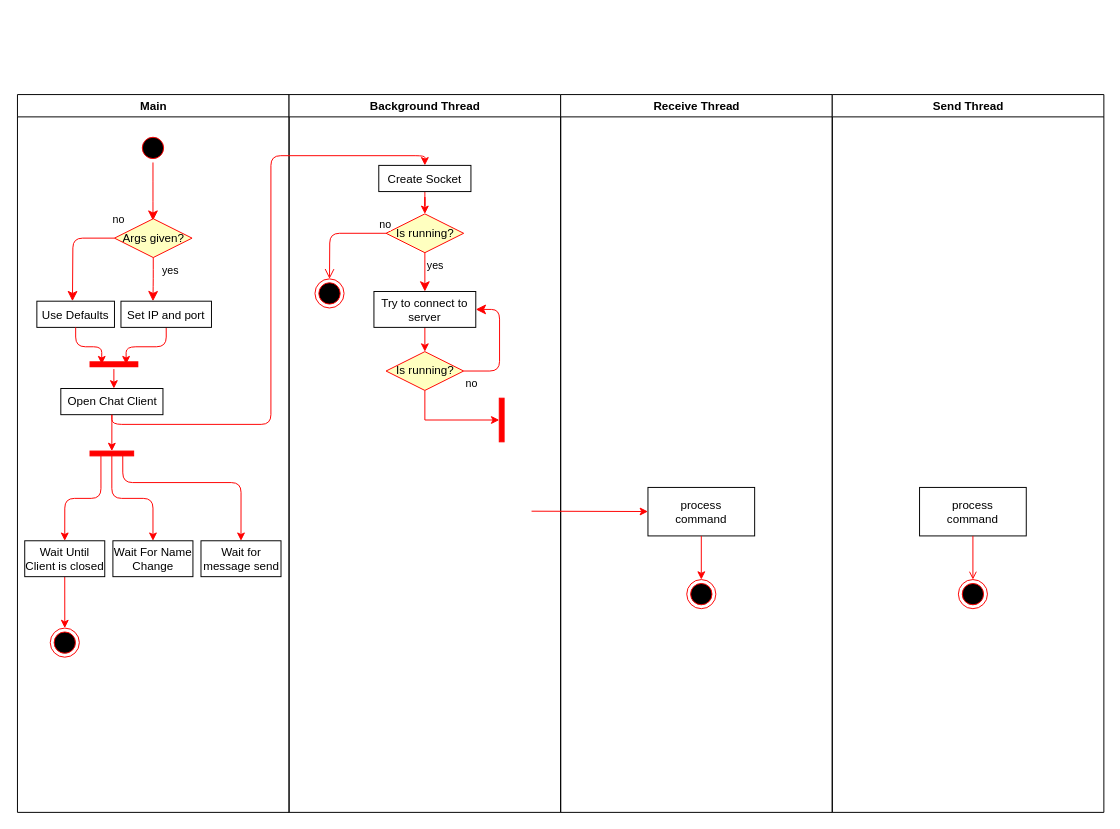
L-ux/Python-Socket-Server-Stuff keeps this draw.io diagram as Chat Client Boy/Chat Client.drawio. Above is the earlier version. Source tidied: cells renumbered, new cells numbered last; positions are measured from the earlier drawing's top-left corner, leaving out a move shared by most shapes. Both pictures are drawn from the tidied source at 97%, with x=0, y=0 at pixel (16, 94).
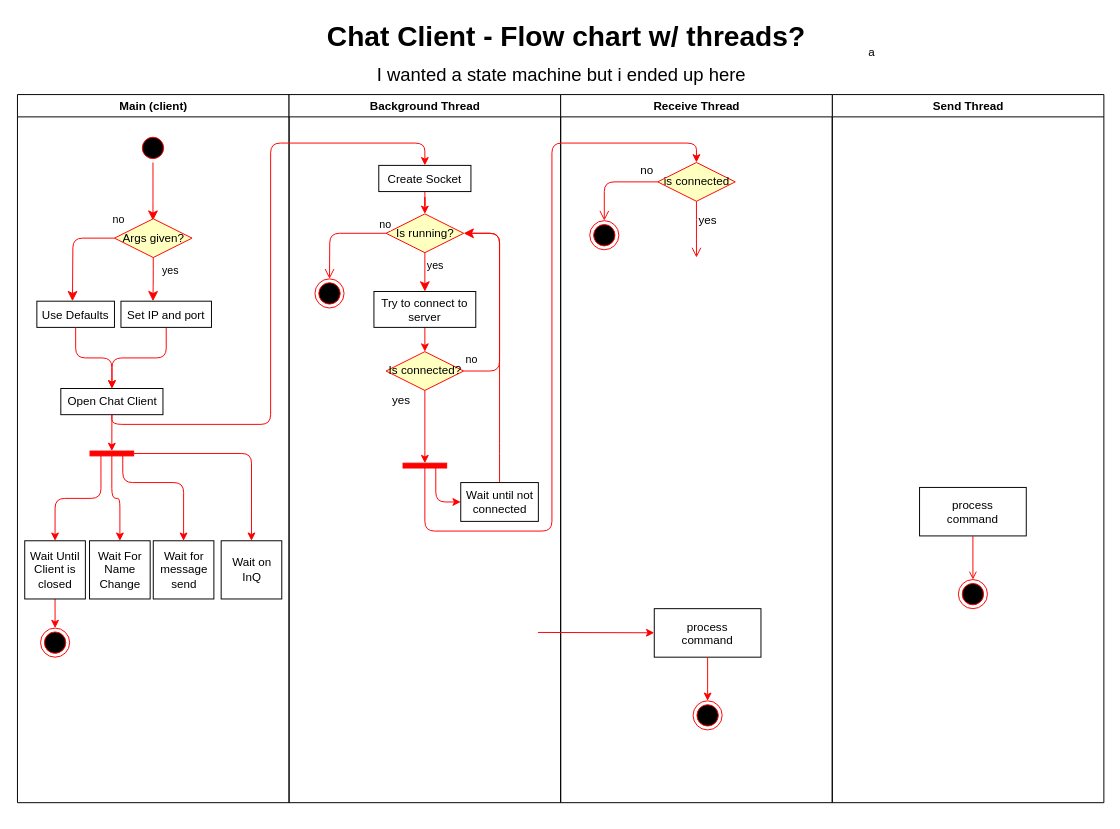
The same diagram, later.

Commit message:
Put it in wrong place

Unchanged cells that the change refers to:
```xml
<mxCell id="8" value="Use Defaults" parent="2" vertex="1">
  <mxGeometry x="20" y="213" width="80" height="27" as="geometry" />
</mxCell>
<mxCell id="10" value="Set IP and port" parent="2" vertex="1">
  <mxGeometry x="106.7" y="213" width="93.3" height="27" as="geometry" />
</mxCell>
<mxCell id="15" value="Open Chat Client" style="html=1;" parent="2" vertex="1">
  <mxGeometry x="44.7" y="303" width="105.3" height="27" as="geometry" />
</mxCell>
<mxCell id="20" style="whiteSpace=wrap;strokeColor=#FF0000;fillColor=#FF0000;rotation=90;" parent="2" vertex="1">
  <mxGeometry x="94.8" y="347.5" width="5" height="45" as="geometry" />
</mxCell>
<mxCell id="27" value="Create Socket" parent="25" vertex="1">
  <mxGeometry x="92.5" y="73" width="95" height="27" as="geometry" />
</mxCell>
<mxCell id="30" value="Is running?" style="rhombus;whiteSpace=wrap;html=1;fillColor=#ffffc0;strokeColor=#ff0000;" parent="25" vertex="1">
  <mxGeometry x="100" y="123" width="80" height="40" as="geometry" />
</mxCell>
<mxCell id="35" value="Try to connect to server" style="whiteSpace=wrap;" parent="25" vertex="1">
  <mxGeometry x="87.5" y="203" width="105" height="37" as="geometry" />
</mxCell>
```

The edit, as a diff of the source:
```diff
@@
-    <mxCell id="2" value="Main" style="swimlane;whiteSpace=wrap;" parent="1" vertex="1">
-      <mxGeometry x="0.5" width="280" height="740" as="geometry" />
+    <mxCell id="2" value="Main (client)" style="swimlane;whiteSpace=wrap;startSize=23;" parent="1" vertex="1">
+      <mxGeometry x="0.5" width="280" height="730" as="geometry" />
     </mxCell>
@@
-    <mxCell id="9" style="edgeStyle=orthogonalEdgeStyle;rounded=1;jettySize=auto;html=1;exitX=0.5;exitY=1;exitDx=0;exitDy=0;entryX=0.75;entryY=0.5;entryDx=0;entryDy=0;entryPerimeter=0;strokeColor=#FF0000;" parent="2" edge="1" source="10" target="12">
+    <mxCell id="9" style="edgeStyle=orthogonalEdgeStyle;rounded=1;jettySize=auto;html=1;exitX=0.5;exitY=1;exitDx=0;exitDy=0;strokeColor=#FF0000;" parent="2" edge="1" source="10" target="15">
       <mxGeometry relative="1" as="geometry" />
     </mxCell>
@@
-    <mxCell id="11" style="edgeStyle=orthogonalEdgeStyle;rounded=1;jettySize=auto;html=1;strokeColor=#FF0000;" parent="2" edge="1" source="12">
-      <mxGeometry relative="1" as="geometry">
-        <mxPoint x="99.7" y="303" as="targetPoint" />
-      </mxGeometry>
-    </mxCell>
-    <mxCell id="12" style="shape=line;html=1;strokeWidth=6;strokeColor=#ff0000;" parent="2" vertex="1">
-      <mxGeometry x="74.3" y="273" width="50.3" height="10" as="geometry" />
-    </mxCell>
-    <mxCell id="13" style="edgeStyle=orthogonalEdgeStyle;jettySize=auto;html=1;exitX=0.5;exitY=1;exitDx=0;exitDy=0;fillColor=#f8cecc;strokeColor=#FF0000;rounded=1;entryX=0.25;entryY=0.5;entryDx=0;entryDy=0;entryPerimeter=0;" parent="2" edge="1" source="8" target="12">
+    <mxCell id="13" style="edgeStyle=orthogonalEdgeStyle;jettySize=auto;html=1;exitX=0.5;exitY=1;exitDx=0;exitDy=0;fillColor=#f8cecc;strokeColor=#FF0000;rounded=1;" parent="2" edge="1" source="8" target="15">
       <mxGeometry relative="1" as="geometry" />
     </mxCell>
@@
     <mxCell id="17" style="ellipse;shape=endState;fillColor=#000000;strokeColor=#ff0000;" parent="2" vertex="1">
-      <mxGeometry x="33.8" y="550" width="30" height="30" as="geometry" />
+      <mxGeometry x="23.8" y="550" width="30" height="30" as="geometry" />
     </mxCell>
     <mxCell id="18" value="Wait Until Client is closed" style="whiteSpace=wrap;" parent="2" vertex="1">
-      <mxGeometry x="7.5" y="460" width="82.5" height="37" as="geometry" />
+      <mxGeometry x="7.5" y="460" width="62.5" height="60" as="geometry" />
     </mxCell>
@@
     <mxCell id="21" value="Wait For Name Change" style="whiteSpace=wrap;" parent="2" vertex="1">
-      <mxGeometry x="98.4" y="460" width="82.5" height="37" as="geometry" />
+      <mxGeometry x="74.3" y="460" width="62.5" height="60" as="geometry" />
     </mxCell>
     <mxCell id="22" value="Wait for message send" style="whiteSpace=wrap;" parent="2" vertex="1">
-      <mxGeometry x="189.2" y="460" width="82.5" height="37" as="geometry" />
+      <mxGeometry x="140" y="460" width="62.5" height="60" as="geometry" />
     </mxCell>
@@
     <mxCell id="24" style="edgeStyle=orthogonalEdgeStyle;rounded=1;jettySize=auto;html=1;exitX=1;exitY=0.25;exitDx=0;exitDy=0;endArrow=classic;endFill=1;strokeColor=#FF0000;entryX=0.5;entryY=0;entryDx=0;entryDy=0;" parent="2" edge="1" source="20" target="22">
       <mxGeometry relative="1" as="geometry">
         <Array as="points">
           <mxPoint x="109" y="400" />
-          <mxPoint x="230" y="400" />
-          <mxPoint x="230" y="460" />
+          <mxPoint x="171" y="400" />
         </Array>
       </mxGeometry>
     </mxCell>
+    <mxCell id="48" value="Wait on InQ" style="whiteSpace=wrap;" parent="2" vertex="1">
+      <mxGeometry x="210" y="460" width="62.5" height="60" as="geometry" />
+    </mxCell>
+    <mxCell id="49" style="edgeStyle=orthogonalEdgeStyle;rounded=1;jettySize=auto;html=1;strokeColor=#FF0000;fontSize=19;entryX=0.5;entryY=0;entryDx=0;entryDy=0;" parent="2" edge="1" source="20" target="48">
+      <mxGeometry relative="1" as="geometry" />
+    </mxCell>
     <mxCell id="25" value="Background Thread" style="swimlane;whiteSpace=wrap;" parent="1" vertex="1">
-      <mxGeometry x="280.5" width="280" height="740" as="geometry" />
+      <mxGeometry x="280.5" width="280" height="730" as="geometry" />
     </mxCell>
@@
-    <mxCell id="28" style="whiteSpace=wrap;strokeColor=#FF0000;fillColor=#FF0000;" parent="25" vertex="1">
-      <mxGeometry x="216.7" y="313" width="5" height="45" as="geometry" />
-    </mxCell>
-    <mxCell id="29" style="edgeStyle=elbowEdgeStyle;elbow=horizontal;entryX=0;entryY=0.5;strokeColor=#FF0000;endArrow=classic;endFill=1;rounded=0;exitX=0.5;exitY=1;exitDx=0;exitDy=0;" parent="25" edge="1" source="36" target="28">
-      <mxGeometry relative="1" as="geometry">
-        <Array as="points">
-          <mxPoint x="140" y="323" />
-        </Array>
-      </mxGeometry>
-    </mxCell>
@@
-    <mxCell id="36" value="Is running?" style="rhombus;whiteSpace=wrap;html=1;fillColor=#ffffc0;strokeColor=#ff0000;" parent="25" vertex="1">
+    <mxCell id="36" value="Is connected?" style="rhombus;whiteSpace=wrap;html=1;fillColor=#ffffc0;strokeColor=#ff0000;" parent="25" vertex="1">
       <mxGeometry x="100" y="265" width="80" height="40" as="geometry" />
     </mxCell>
-    <mxCell id="37" value="no&lt;br&gt;" style="edgeStyle=orthogonalEdgeStyle;html=1;align=left;verticalAlign=top;endArrow=classic;endSize=8;strokeColor=#ff0000;entryX=1;entryY=0.5;entryDx=0;entryDy=0;exitX=1;exitY=0.5;exitDx=0;exitDy=0;endFill=1;" parent="25" edge="1" source="36" target="35">
-      <mxGeometry x="-1" relative="1" as="geometry">
+    <mxCell id="37" value="no&lt;br&gt;" style="edgeStyle=orthogonalEdgeStyle;html=1;align=left;verticalAlign=top;endArrow=classic;endSize=8;strokeColor=#ff0000;entryX=1;entryY=0.5;entryDx=0;entryDy=0;exitX=1;exitY=0.5;exitDx=0;exitDy=0;endFill=1;" parent="25" edge="1" source="36" target="30">
+      <mxGeometry x="-0.43" y="37" relative="1" as="geometry">
         <Array as="points">
           <mxPoint x="217" y="285" />
-          <mxPoint x="217" y="222" />
+          <mxPoint x="217" y="143" />
         </Array>
       </mxGeometry>
     </mxCell>
+    <mxCell id="50" style="edgeStyle=orthogonalEdgeStyle;rounded=1;jettySize=auto;html=1;exitX=0.5;exitY=0;exitDx=0;exitDy=0;entryX=1;entryY=0.5;entryDx=0;entryDy=0;strokeColor=#FF0000;" parent="25" edge="1" source="51">
+      <mxGeometry relative="1" as="geometry">
+        <mxPoint x="181" y="143" as="targetPoint" />
+        <Array as="points">
+          <mxPoint x="217" y="360" />
+          <mxPoint x="217" y="143" />
+        </Array>
+      </mxGeometry>
+    </mxCell>
+    <mxCell id="51" value="Wait until not connected" style="html=1;whiteSpace=wrap;" parent="25" vertex="1">
+      <mxGeometry x="177" y="400" width="80" height="40" as="geometry" />
+    </mxCell>
+    <mxCell id="52" style="edgeStyle=orthogonalEdgeStyle;rounded=1;jettySize=auto;html=1;exitX=1;exitY=0.25;exitDx=0;exitDy=0;entryX=0;entryY=0.5;entryDx=0;entryDy=0;strokeColor=#FF0000;" parent="25" edge="1" source="53" target="51">
+      <mxGeometry relative="1" as="geometry" />
+    </mxCell>
+    <mxCell id="53" style="whiteSpace=wrap;strokeColor=#FF0000;fillColor=#FF0000;rotation=90;" parent="25" vertex="1">
+      <mxGeometry x="137.5" y="360" width="5" height="45" as="geometry" />
+    </mxCell>
+    <mxCell id="54" style="edgeStyle=orthogonalEdgeStyle;rounded=1;jettySize=auto;html=1;exitX=0.5;exitY=1;exitDx=0;exitDy=0;entryX=0;entryY=0.5;entryDx=0;entryDy=0;endArrow=classic;endFill=1;strokeColor=#FF0000;" parent="25" edge="1" source="36" target="53">
+      <mxGeometry relative="1" as="geometry">
+        <Array as="points">
+          <mxPoint x="140" y="360" />
+          <mxPoint x="140" y="360" />
+        </Array>
+      </mxGeometry>
+    </mxCell>
+    <mxCell id="55" value="yes" style="text;html=1;align=center;verticalAlign=middle;" parent="25" vertex="1">
+      <mxGeometry x="100" y="305" width="30" height="20" as="geometry" />
+    </mxCell>
+    <mxCell id="43" style="endArrow=classic;strokeColor=#FF0000;endFill=1;rounded=1;exitX=0.5;exitY=1;exitDx=0;exitDy=0;edgeStyle=orthogonalEdgeStyle;entryX=0.5;entryY=0;entryDx=0;entryDy=0;elbow=vertical;" parent="1" edge="1" source="15" target="27">
+      <mxGeometry relative="1" as="geometry">
+        <Array as="points">
+          <mxPoint x="97.5" y="340" />
+          <mxPoint x="261.5" y="340" />
+          <mxPoint x="261.5" y="50" />
+          <mxPoint x="420.5" y="50" />
+        </Array>
+      </mxGeometry>
+    </mxCell>
+    <mxCell id="44" value="Send Thread" style="swimlane;whiteSpace=wrap;startSize=23;" parent="1" vertex="1">
+      <mxGeometry x="840.5" width="280" height="730" as="geometry" />
+    </mxCell>
+    <mxCell id="45" value="process&#10;command" parent="44" vertex="1">
+      <mxGeometry x="90" y="405" width="110" height="50" as="geometry" />
+    </mxCell>
+    <mxCell id="46" style="ellipse;shape=endState;fillColor=#000000;strokeColor=#ff0000;" parent="44" vertex="1">
+      <mxGeometry x="130" y="500" width="30" height="30" as="geometry" />
+    </mxCell>
+    <mxCell id="47" style="endArrow=open;strokeColor=#FF0000;endFill=1;rounded=0;" parent="44" edge="1" source="45" target="46">
+      <mxGeometry relative="1" as="geometry" />
+    </mxCell>
     <mxCell id="38" value="Receive Thread" style="swimlane;whiteSpace=wrap;" parent="1" vertex="1">
-      <mxGeometry x="560.5" width="280" height="740" as="geometry" />
+      <mxGeometry x="560.5" width="280" height="730" as="geometry" />
     </mxCell>
     <mxCell id="39" value="process&#10;command" parent="38" vertex="1">
-      <mxGeometry x="90" y="405" width="110" height="50" as="geometry" />
+      <mxGeometry x="96.5" y="530" width="110" height="50" as="geometry" />
     </mxCell>
     <mxCell id="40" style="edgeStyle=none;strokeColor=#FF0000;endArrow=classic;endFill=1;rounded=0;" parent="38" edge="1" target="39">
       <mxGeometry relative="1" as="geometry">
-        <mxPoint x="-30" y="429.5" as="sourcePoint" />
+        <mxPoint x="-23.5" y="554.5" as="sourcePoint" />
       </mxGeometry>
     </mxCell>
     <mxCell id="41" style="ellipse;shape=endState;fillColor=#000000;strokeColor=#ff0000;" parent="38" vertex="1">
-      <mxGeometry x="130" y="500" width="30" height="30" as="geometry" />
+      <mxGeometry x="136.5" y="625" width="30" height="30" as="geometry" />
     </mxCell>
@@
-    <mxCell id="43" style="endArrow=classic;strokeColor=#FF0000;endFill=1;rounded=1;exitX=0.5;exitY=1;exitDx=0;exitDy=0;edgeStyle=orthogonalEdgeStyle;entryX=0.5;entryY=0;entryDx=0;entryDy=0;elbow=vertical;" parent="1" edge="1" source="15" target="27">
-      <mxGeometry relative="1" as="geometry" />
-    </mxCell>
-    <mxCell id="44" value="Send Thread" style="swimlane;whiteSpace=wrap;startSize=23;" parent="1" vertex="1">
-      <mxGeometry x="840.5" width="280" height="740" as="geometry" />
-    </mxCell>
-    <mxCell id="45" value="process&#10;command" parent="44" vertex="1">
-      <mxGeometry x="90" y="405" width="110" height="50" as="geometry" />
-    </mxCell>
-    <mxCell id="46" style="ellipse;shape=endState;fillColor=#000000;strokeColor=#ff0000;" parent="44" vertex="1">
-      <mxGeometry x="130" y="500" width="30" height="30" as="geometry" />
-    </mxCell>
-    <mxCell id="47" style="endArrow=open;strokeColor=#FF0000;endFill=1;rounded=0;" parent="44" edge="1" source="45" target="46">
-      <mxGeometry relative="1" as="geometry" />
-    </mxCell>
+    <mxCell id="56" value="&lt;font style=&quot;font-size: 12px;&quot;&gt;is connected&lt;/font&gt;" style="rhombus;whiteSpace=wrap;html=1;fillColor=#ffffc0;strokeColor=#ff0000;fontSize=12;" parent="38" vertex="1">
+      <mxGeometry x="100" y="70" width="80" height="40" as="geometry" />
+    </mxCell>
+    <mxCell id="57" value="&lt;font style=&quot;font-size: 12px&quot;&gt;no&lt;/font&gt;" style="edgeStyle=orthogonalEdgeStyle;html=1;align=left;verticalAlign=bottom;endArrow=open;endSize=8;strokeColor=#ff0000;fontSize=19;exitX=0;exitY=0.5;exitDx=0;exitDy=0;entryX=0.5;entryY=0;entryDx=0;entryDy=0;" parent="38" edge="1" source="56" target="59">
+      <mxGeometry x="-0.58" relative="1" as="geometry" />
+    </mxCell>
+    <mxCell id="58" value="&lt;font style=&quot;font-size: 12px&quot;&gt;yes&lt;/font&gt;" style="edgeStyle=orthogonalEdgeStyle;html=1;align=left;verticalAlign=top;endArrow=open;endSize=8;strokeColor=#ff0000;fontSize=19;" parent="38" edge="1" source="56">
+      <mxGeometry x="-1" relative="1" as="geometry">
+        <mxPoint x="140" y="168" as="targetPoint" />
+      </mxGeometry>
+    </mxCell>
+    <mxCell id="59" style="ellipse;shape=endState;fillColor=#000000;strokeColor=#ff0000;" parent="38" vertex="1">
+      <mxGeometry x="30" y="130" width="30" height="30" as="geometry" />
+    </mxCell>
+    <mxCell id="60" value="Chat Client - Flow chart w/ threads?" style="text;html=1;align=center;verticalAlign=middle;fontStyle=1;fontSize=29;" parent="1" vertex="1">
+      <mxGeometry x="310.5" y="-80" width="510" height="40" as="geometry" />
+    </mxCell>
+    <mxCell id="61" value="I wanted a state machine but i ended up here" style="text;html=1;align=center;verticalAlign=middle;fontSize=19;" parent="1" vertex="1">
+      <mxGeometry x="360.5" y="-35" width="400" height="30" as="geometry" />
+    </mxCell>
+    <mxCell id="62" value="&lt;font style=&quot;font-size: 12px&quot;&gt;a&lt;/font&gt;" style="text;html=1;align=center;verticalAlign=middle;fontSize=19;" parent="1" vertex="1">
+      <mxGeometry x="870.5" y="-60" width="20" height="30" as="geometry" />
+    </mxCell>
+    <mxCell id="63" style="edgeStyle=orthogonalEdgeStyle;rounded=1;jettySize=auto;html=1;exitX=1;exitY=0.5;exitDx=0;exitDy=0;entryX=0.5;entryY=0;entryDx=0;entryDy=0;strokeColor=#FF0000;fontSize=12;" parent="1" edge="1" source="53" target="56">
+      <mxGeometry relative="1" as="geometry">
+        <Array as="points">
+          <mxPoint x="420.5" y="450" />
+          <mxPoint x="551.5" y="450" />
+          <mxPoint x="551.5" y="50" />
+          <mxPoint x="700.5" y="50" />
+        </Array>
+      </mxGeometry>
+    </mxCell>
```
